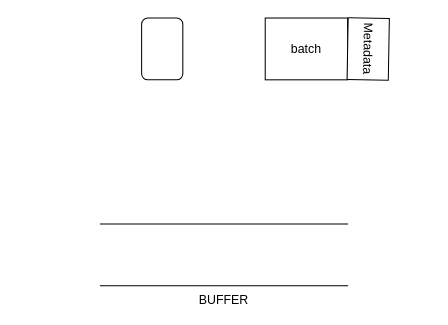
Earlier version of the draw.io diagram page "第 4 页" (4 of 4) of DPU_flowID.drawio (CHRIS123540/GPU). Source tidied: cells renumbered, new cells numbered last; positions are measured from the earlier drawing's top-left corner, leaving out a move shared by most shapes. Both pictures are drawn from the tidied source at 103%, with x=0, y=0 at pixel (100, 18).
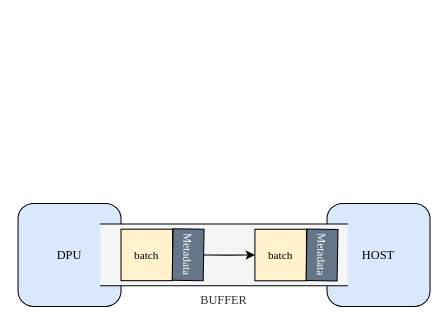
The same diagram, later.

Change to the diagram source:
```diff
@@
 <mxGraphModel>
   <root>
     <mxCell id="0" />
     <mxCell id="1" parent="0" />
+    <mxCell id="6" value="DPU" style="rounded=1;whiteSpace=wrap;html=1;fontFamily=Times New Roman;fontSize=12;fillColor=#dae8fc;strokeColor=light-dark(#000000, #5c79a3);" parent="1" vertex="1">
+      <mxGeometry x="-80" y="180" width="100" height="100" as="geometry" />
+    </mxCell>
+    <mxCell id="7" value="HOST" style="rounded=1;whiteSpace=wrap;html=1;fontFamily=Times New Roman;fontSize=12;fillColor=#dae8fc;strokeColor=light-dark(#000000, #5c79a3);" parent="1" vertex="1">
+      <mxGeometry x="220" y="180" width="100" height="100" as="geometry" />
+    </mxCell>
-    <mxCell id="2" value="BUFFER" style="shape=partialRectangle;whiteSpace=wrap;html=1;left=0;right=0;fillColor=none;verticalAlign=top;labelPosition=center;verticalLabelPosition=bottom;align=center;" parent="1" vertex="1">
+    <mxCell id="2" value="BUFFER" style="shape=partialRectangle;whiteSpace=wrap;html=1;left=0;right=0;fillColor=#f5f5f5;verticalAlign=top;labelPosition=center;verticalLabelPosition=bottom;align=center;fontFamily=Times New Roman;fontSize=12;fontColor=#333333;strokeColor=light-dark(#000000, #5c79a3);" parent="1" vertex="1">
       <mxGeometry y="200" width="240" height="60" as="geometry" />
     </mxCell>
-    <mxCell id="3" style="rounded=1;whiteSpace=wrap;html=1;" parent="1" vertex="1">
-      <mxGeometry x="40" width="40" height="60" as="geometry" />
-    </mxCell>
-    <mxCell id="4" value="batch" style="rounded=0;whiteSpace=wrap;html=1;" parent="1" vertex="1">
-      <mxGeometry x="160" width="80" height="60" as="geometry" />
+    <mxCell id="4" value="batch" style="rounded=0;whiteSpace=wrap;html=1;fontFamily=Times New Roman;fontSize=11;fillColor=#fff2cc;strokeColor=light-dark(#000000, #5c79a3);" parent="1" vertex="1">
+      <mxGeometry x="150" y="205.1" width="50" height="50" as="geometry" />
     </mxCell>
-    <mxCell id="5" value="Metadata" style="rounded=0;whiteSpace=wrap;html=1;horizontal=0;rotation=-179;" parent="1" vertex="1">
-      <mxGeometry x="240" width="40" height="60" as="geometry" />
+    <mxCell id="5" value="Metadata" style="rounded=0;whiteSpace=wrap;html=1;horizontal=0;rotation=-179;fontSize=11;fontFamily=Times New Roman;fillColor=#647687;fontColor=#ffffff;strokeColor=light-dark(#000000, #5c79a3);" parent="1" vertex="1">
+      <mxGeometry x="200.1" y="205" width="30.1" height="50" as="geometry" />
     </mxCell>
+    <mxCell id="8" value="batch" style="rounded=0;whiteSpace=wrap;html=1;fontFamily=Times New Roman;fontSize=11;fillColor=#fff2cc;strokeColor=light-dark(#000000, #5c79a3);" parent="1" vertex="1">
+      <mxGeometry x="20" y="205" width="50" height="50" as="geometry" />
+    </mxCell>
+    <mxCell id="9" style="edgeStyle=orthogonalEdgeStyle;rounded=0;jettySize=auto;html=1;exitX=0;exitY=0.5;exitDx=0;exitDy=0;entryX=0;entryY=0.5;entryDx=0;entryDy=0;fontFamily=Times New Roman;fontSize=11;strokeColor=light-dark(#000000, #5c79a3);" parent="1" edge="1" source="10" target="4">
+      <mxGeometry relative="1" as="geometry" />
+    </mxCell>
+    <mxCell id="10" value="Metadata" style="rounded=0;whiteSpace=wrap;html=1;horizontal=0;rotation=-179;fontSize=11;fontFamily=Times New Roman;fillColor=#647687;strokeColor=light-dark(#000000, #5c79a3);fontColor=#ffffff;" parent="1" vertex="1">
+      <mxGeometry x="70.1" y="204.9" width="30.1" height="50" as="geometry" />
+    </mxCell>
   </root>
 </mxGraphModel>
```
